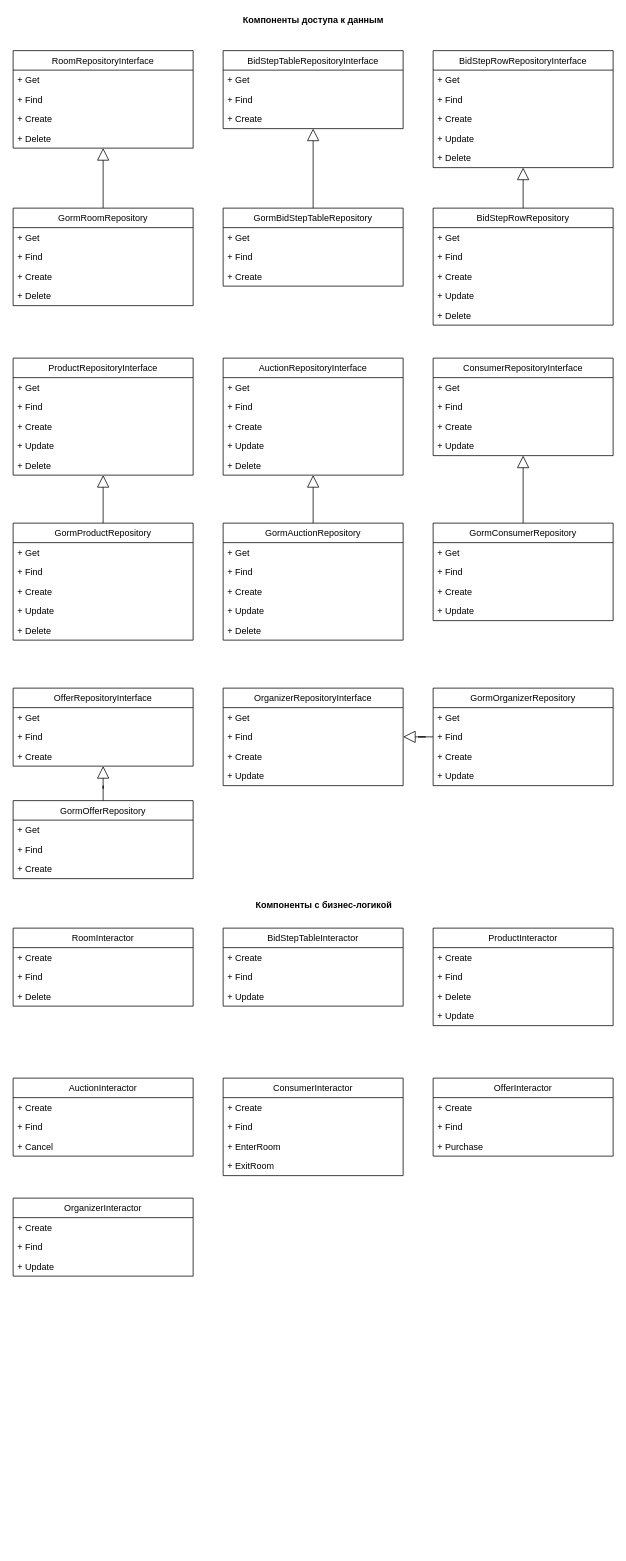
Above: docs/uml-lab02-2.drawio in maxhha/iu7-2022-sd-labs (draw.io), before the change. Source tidied: cells renumbered, new cells numbered last; positions are measured from the earlier drawing's top-left corner, leaving out a move shared by most shapes. Both pictures are drawn from the tidied source at 75%, with x=0, y=0 at pixel (13, 13).
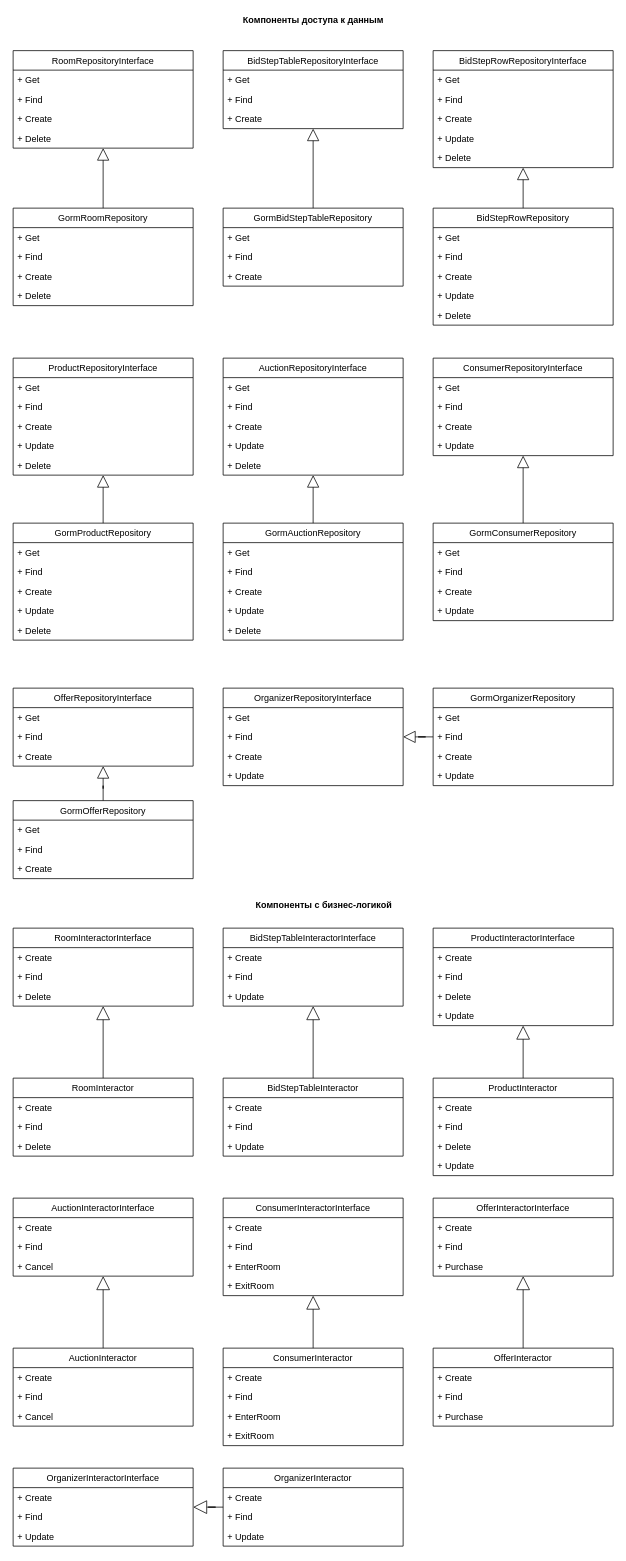
Above is the later version.

Commit message (it also covers changes not shown here):
Add interfaces for interactors

Diff of the diagram source:
```diff
@@
-    <mxCell id="83" value="RoomInteractor" style="swimlane;fontStyle=0;horizontal=1;startSize=26;fillColor=none;" parent="1" vertex="1">
+    <mxCell id="83" value="RoomInteractorInterface" style="swimlane;fontStyle=0;horizontal=1;startSize=26;fillColor=none;" parent="1" vertex="1">
       <mxGeometry y="1220" width="240" height="104" as="geometry" />
     </mxCell>
@@
-    <mxCell id="87" value="BidStepTableInteractor" style="swimlane;fontStyle=0;horizontal=1;startSize=26;fillColor=none;" parent="1" vertex="1">
+    <mxCell id="87" value="BidStepTableInteractorInterface" style="swimlane;fontStyle=0;horizontal=1;startSize=26;fillColor=none;" parent="1" vertex="1">
       <mxGeometry x="280" y="1220" width="240" height="104" as="geometry" />
     </mxCell>
@@
-    <mxCell id="91" value="ProductInteractor" style="swimlane;fontStyle=0;horizontal=1;startSize=26;fillColor=none;" parent="1" vertex="1">
+    <mxCell id="91" value="ProductInteractorInterface" style="swimlane;fontStyle=0;horizontal=1;startSize=26;fillColor=none;" parent="1" vertex="1">
       <mxGeometry x="560" y="1220" width="240" height="130" as="geometry" />
     </mxCell>
@@
-    <mxCell id="96" value="AuctionInteractor" style="swimlane;fontStyle=0;horizontal=1;startSize=26;fillColor=none;" parent="1" vertex="1">
-      <mxGeometry y="1420" width="240" height="104" as="geometry" />
+    <mxCell id="96" value="AuctionInteractorInterface" style="swimlane;fontStyle=0;horizontal=1;startSize=26;fillColor=none;" parent="1" vertex="1">
+      <mxGeometry y="1580" width="240" height="104" as="geometry" />
     </mxCell>
@@
-    <mxCell id="100" value="ConsumerInteractor" style="swimlane;fontStyle=0;horizontal=1;startSize=26;fillColor=none;" parent="1" vertex="1">
-      <mxGeometry x="280" y="1420" width="240" height="130" as="geometry" />
+    <mxCell id="100" value="ConsumerInteractorInterface" style="swimlane;fontStyle=0;horizontal=1;startSize=26;fillColor=none;" parent="1" vertex="1">
+      <mxGeometry x="280" y="1580" width="240" height="130" as="geometry" />
     </mxCell>
@@
-    <mxCell id="116" value="OfferInteractor" style="swimlane;fontStyle=0;horizontal=1;startSize=26;fillColor=none;" parent="1" vertex="1">
-      <mxGeometry x="560" y="1420" width="240" height="104" as="geometry" />
+    <mxCell id="116" value="OfferInteractorInterface" style="swimlane;fontStyle=0;horizontal=1;startSize=26;fillColor=none;" parent="1" vertex="1">
+      <mxGeometry x="560" y="1580" width="240" height="104" as="geometry" />
     </mxCell>
@@
-    <mxCell id="120" value="OrganizerInteractor" style="swimlane;fontStyle=0;horizontal=1;startSize=26;fillColor=none;" parent="1" vertex="1">
-      <mxGeometry y="1580" width="240" height="104" as="geometry" />
+    <mxCell id="120" value="OrganizerInteractorInterface" style="swimlane;fontStyle=0;horizontal=1;startSize=26;fillColor=none;" parent="1" vertex="1">
+      <mxGeometry y="1940" width="240" height="104" as="geometry" />
     </mxCell>
@@
+    <mxCell id="124" style="edgeStyle=orthogonalEdgeStyle;rounded=0;jettySize=auto;html=1;endArrow=block;endFill=0;endSize=16;" parent="1" edge="1" source="125" target="120">
+      <mxGeometry relative="1" as="geometry" />
+    </mxCell>
+    <mxCell id="125" value="OrganizerInteractor" style="swimlane;fontStyle=0;horizontal=1;startSize=26;fillColor=none;" parent="1" vertex="1">
+      <mxGeometry x="280" y="1940" width="240" height="104" as="geometry" />
+    </mxCell>
+    <mxCell id="126" value="+ Create" style="text;strokeColor=none;fillColor=none;align=left;verticalAlign=top;spacingLeft=4;spacingRight=4;overflow=hidden;" parent="125" vertex="1">
+      <mxGeometry y="26" width="240" height="26" as="geometry" />
+    </mxCell>
+    <mxCell id="127" value="+ Find" style="text;strokeColor=none;fillColor=none;align=left;verticalAlign=top;spacingLeft=4;spacingRight=4;overflow=hidden;" parent="125" vertex="1">
+      <mxGeometry y="52" width="240" height="26" as="geometry" />
+    </mxCell>
+    <mxCell id="128" value="+ Update" style="text;strokeColor=none;fillColor=none;align=left;verticalAlign=top;spacingLeft=4;spacingRight=4;overflow=hidden;" parent="125" vertex="1">
+      <mxGeometry y="78" width="240" height="26" as="geometry" />
+    </mxCell>
+    <mxCell id="129" style="edgeStyle=orthogonalEdgeStyle;rounded=0;jettySize=auto;html=1;endArrow=block;endFill=0;endSize=16;" parent="1" edge="1" source="130" target="96">
+      <mxGeometry relative="1" as="geometry" />
+    </mxCell>
+    <mxCell id="130" value="AuctionInteractor" style="swimlane;fontStyle=0;horizontal=1;startSize=26;fillColor=none;" parent="1" vertex="1">
+      <mxGeometry y="1780" width="240" height="104" as="geometry" />
+    </mxCell>
+    <mxCell id="131" value="+ Create" style="text;strokeColor=none;fillColor=none;align=left;verticalAlign=top;spacingLeft=4;spacingRight=4;overflow=hidden;" parent="130" vertex="1">
+      <mxGeometry y="26" width="240" height="26" as="geometry" />
+    </mxCell>
+    <mxCell id="132" value="+ Find" style="text;strokeColor=none;fillColor=none;align=left;verticalAlign=top;spacingLeft=4;spacingRight=4;overflow=hidden;" parent="130" vertex="1">
+      <mxGeometry y="52" width="240" height="26" as="geometry" />
+    </mxCell>
+    <mxCell id="133" value="+ Cancel" style="text;strokeColor=none;fillColor=none;align=left;verticalAlign=top;spacingLeft=4;spacingRight=4;overflow=hidden;" parent="130" vertex="1">
+      <mxGeometry y="78" width="240" height="26" as="geometry" />
+    </mxCell>
+    <mxCell id="134" style="edgeStyle=orthogonalEdgeStyle;rounded=0;jettySize=auto;html=1;endArrow=block;endFill=0;endSize=16;" parent="1" edge="1" source="135" target="100">
+      <mxGeometry relative="1" as="geometry" />
+    </mxCell>
+    <mxCell id="135" value="ConsumerInteractor" style="swimlane;fontStyle=0;horizontal=1;startSize=26;fillColor=none;" parent="1" vertex="1">
+      <mxGeometry x="280" y="1780" width="240" height="130" as="geometry" />
+    </mxCell>
+    <mxCell id="136" value="+ Create" style="text;strokeColor=none;fillColor=none;align=left;verticalAlign=top;spacingLeft=4;spacingRight=4;overflow=hidden;" parent="135" vertex="1">
+      <mxGeometry y="26" width="240" height="26" as="geometry" />
+    </mxCell>
+    <mxCell id="137" value="+ Find" style="text;strokeColor=none;fillColor=none;align=left;verticalAlign=top;spacingLeft=4;spacingRight=4;overflow=hidden;" parent="135" vertex="1">
+      <mxGeometry y="52" width="240" height="26" as="geometry" />
+    </mxCell>
+    <mxCell id="138" value="+ EnterRoom" style="text;strokeColor=none;fillColor=none;align=left;verticalAlign=top;spacingLeft=4;spacingRight=4;overflow=hidden;" parent="135" vertex="1">
+      <mxGeometry y="78" width="240" height="26" as="geometry" />
+    </mxCell>
+    <mxCell id="139" value="+ ExitRoom" style="text;strokeColor=none;fillColor=none;align=left;verticalAlign=top;spacingLeft=4;spacingRight=4;overflow=hidden;" parent="135" vertex="1">
+      <mxGeometry y="104" width="240" height="26" as="geometry" />
+    </mxCell>
+    <mxCell id="140" style="edgeStyle=orthogonalEdgeStyle;rounded=0;jettySize=auto;html=1;endArrow=block;endFill=0;endSize=16;" parent="1" edge="1" source="141" target="116">
+      <mxGeometry relative="1" as="geometry" />
+    </mxCell>
+    <mxCell id="141" value="OfferInteractor" style="swimlane;fontStyle=0;horizontal=1;startSize=26;fillColor=none;" parent="1" vertex="1">
+      <mxGeometry x="560" y="1780" width="240" height="104" as="geometry" />
+    </mxCell>
+    <mxCell id="142" value="+ Create" style="text;strokeColor=none;fillColor=none;align=left;verticalAlign=top;spacingLeft=4;spacingRight=4;overflow=hidden;" parent="141" vertex="1">
+      <mxGeometry y="26" width="240" height="26" as="geometry" />
+    </mxCell>
+    <mxCell id="143" value="+ Find" style="text;strokeColor=none;fillColor=none;align=left;verticalAlign=top;spacingLeft=4;spacingRight=4;overflow=hidden;" parent="141" vertex="1">
+      <mxGeometry y="52" width="240" height="26" as="geometry" />
+    </mxCell>
+    <mxCell id="144" value="+ Purchase" style="text;strokeColor=none;fillColor=none;align=left;verticalAlign=top;spacingLeft=4;spacingRight=4;overflow=hidden;" parent="141" vertex="1">
+      <mxGeometry y="78" width="240" height="26" as="geometry" />
+    </mxCell>
+    <mxCell id="145" style="edgeStyle=orthogonalEdgeStyle;rounded=0;jettySize=auto;html=1;endArrow=block;endFill=0;endSize=16;" parent="1" edge="1" source="146" target="83">
+      <mxGeometry relative="1" as="geometry" />
+    </mxCell>
+    <mxCell id="146" value="RoomInteractor" style="swimlane;fontStyle=0;horizontal=1;startSize=26;fillColor=none;" parent="1" vertex="1">
+      <mxGeometry y="1420" width="240" height="104" as="geometry" />
+    </mxCell>
+    <mxCell id="147" value="+ Create" style="text;strokeColor=none;fillColor=none;align=left;verticalAlign=top;spacingLeft=4;spacingRight=4;overflow=hidden;" parent="146" vertex="1">
+      <mxGeometry y="26" width="240" height="26" as="geometry" />
+    </mxCell>
+    <mxCell id="148" value="+ Find" style="text;strokeColor=none;fillColor=none;align=left;verticalAlign=top;spacingLeft=4;spacingRight=4;overflow=hidden;" parent="146" vertex="1">
+      <mxGeometry y="52" width="240" height="26" as="geometry" />
+    </mxCell>
+    <mxCell id="149" value="+ Delete" style="text;strokeColor=none;fillColor=none;align=left;verticalAlign=top;spacingLeft=4;spacingRight=4;overflow=hidden;" parent="146" vertex="1">
+      <mxGeometry y="78" width="240" height="26" as="geometry" />
+    </mxCell>
+    <mxCell id="150" style="edgeStyle=orthogonalEdgeStyle;rounded=0;jettySize=auto;html=1;endArrow=block;endFill=0;endSize=16;" parent="1" edge="1" source="151" target="87">
+      <mxGeometry relative="1" as="geometry" />
+    </mxCell>
+    <mxCell id="151" value="BidStepTableInteractor" style="swimlane;fontStyle=0;horizontal=1;startSize=26;fillColor=none;" parent="1" vertex="1">
+      <mxGeometry x="280" y="1420" width="240" height="104" as="geometry" />
+    </mxCell>
+    <mxCell id="152" value="+ Create" style="text;strokeColor=none;fillColor=none;align=left;verticalAlign=top;spacingLeft=4;spacingRight=4;overflow=hidden;" parent="151" vertex="1">
+      <mxGeometry y="26" width="240" height="26" as="geometry" />
+    </mxCell>
+    <mxCell id="153" value="+ Find" style="text;strokeColor=none;fillColor=none;align=left;verticalAlign=top;spacingLeft=4;spacingRight=4;overflow=hidden;" parent="151" vertex="1">
+      <mxGeometry y="52" width="240" height="26" as="geometry" />
+    </mxCell>
+    <mxCell id="154" value="+ Update" style="text;strokeColor=none;fillColor=none;align=left;verticalAlign=top;spacingLeft=4;spacingRight=4;overflow=hidden;" parent="151" vertex="1">
+      <mxGeometry y="78" width="240" height="26" as="geometry" />
+    </mxCell>
+    <mxCell id="155" style="edgeStyle=orthogonalEdgeStyle;rounded=0;jettySize=auto;html=1;endArrow=block;endFill=0;endSize=16;" parent="1" edge="1" source="156" target="91">
+      <mxGeometry relative="1" as="geometry" />
+    </mxCell>
+    <mxCell id="156" value="ProductInteractor" style="swimlane;fontStyle=0;horizontal=1;startSize=26;fillColor=none;" parent="1" vertex="1">
+      <mxGeometry x="560" y="1420" width="240" height="130" as="geometry" />
+    </mxCell>
+    <mxCell id="157" value="+ Create" style="text;strokeColor=none;fillColor=none;align=left;verticalAlign=top;spacingLeft=4;spacingRight=4;overflow=hidden;" parent="156" vertex="1">
+      <mxGeometry y="26" width="240" height="26" as="geometry" />
+    </mxCell>
+    <mxCell id="158" value="+ Find" style="text;strokeColor=none;fillColor=none;align=left;verticalAlign=top;spacingLeft=4;spacingRight=4;overflow=hidden;" parent="156" vertex="1">
+      <mxGeometry y="52" width="240" height="26" as="geometry" />
+    </mxCell>
+    <mxCell id="159" value="+ Delete" style="text;strokeColor=none;fillColor=none;align=left;verticalAlign=top;spacingLeft=4;spacingRight=4;overflow=hidden;" parent="156" vertex="1">
+      <mxGeometry y="78" width="240" height="26" as="geometry" />
+    </mxCell>
+    <mxCell id="160" value="+ Update" style="text;strokeColor=none;fillColor=none;align=left;verticalAlign=top;spacingLeft=4;spacingRight=4;overflow=hidden;" parent="156" vertex="1">
+      <mxGeometry y="104" width="240" height="26" as="geometry" />
+    </mxCell>
```
